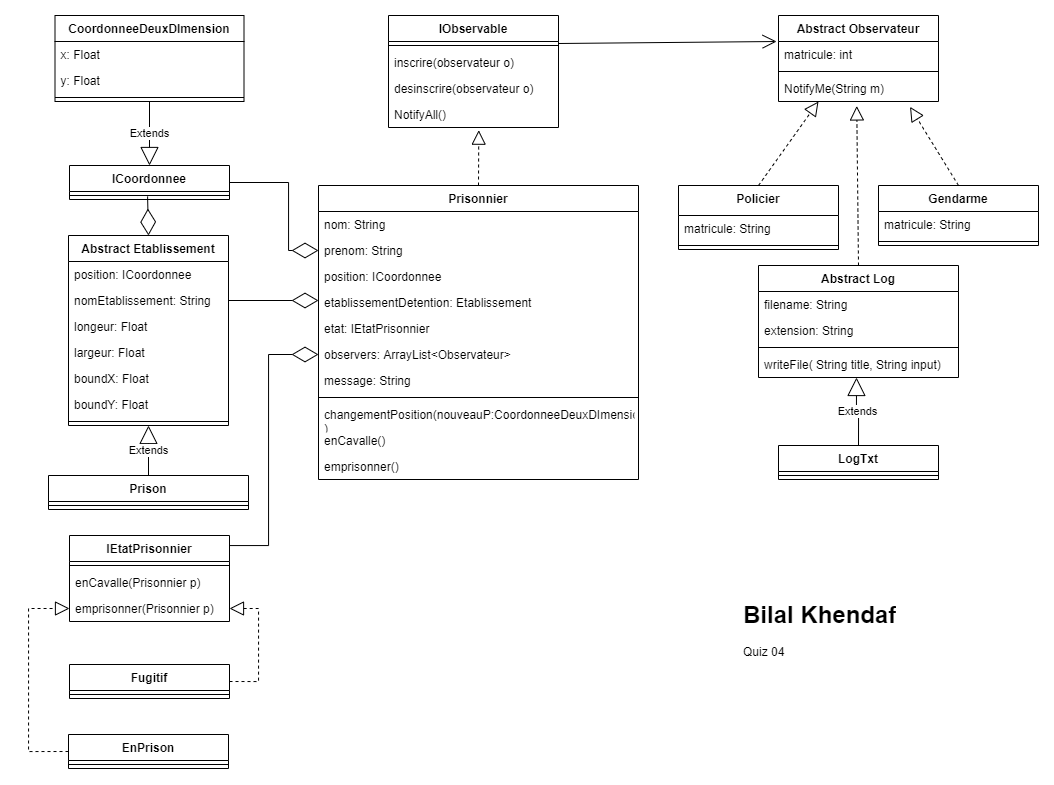
Earlier version of the draw.io export Quiz04BilalKhendaf.drawio.png (e1730934/System-Prison). Source tidied: cells renumbered, new cells last; positions are measured from the earlier drawing's top-left corner, leaving out a move shared by most shapes.
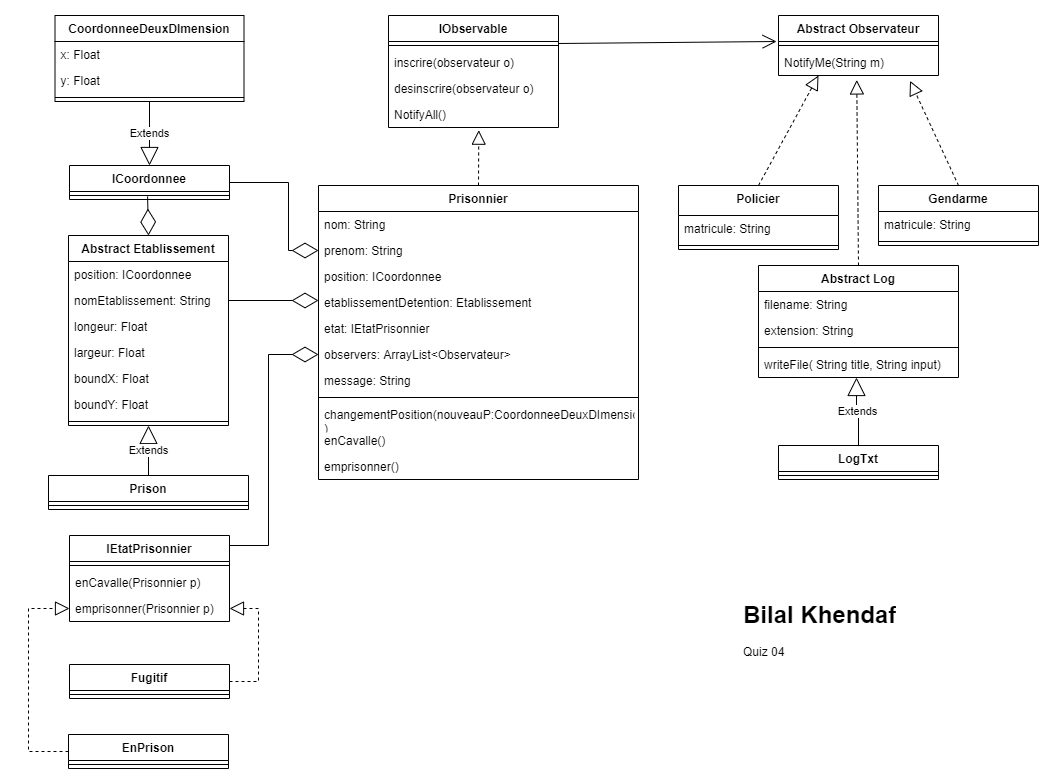
Later version of the same file.

Commit message:
Ajout du la position dans le log lorsque le prisonner est emprisonner. Correction du diagramme.

Change to the diagram source:
```diff
@@ -80,8 +80,10 @@
     <mxCell id="25" style="endArrow=block;dashed=1;endFill=0;endSize=12;html=1;rounded=0;exitX=0.5;exitY=0;exitDx=0;exitDy=0;entryX=0.822;entryY=1.205;entryDx=0;entryDy=0;entryPerimeter=0;" parent="1" edge="1" source="20" target="35">
       <mxGeometry relative="1" as="geometry" />
     </mxCell>
-    <mxCell id="26" style="endArrow=open;endFill=1;endSize=12;html=1;rounded=0;exitX=1;exitY=0.25;exitDx=0;exitDy=0;entryX=-0.012;entryY=0;entryDx=0;entryDy=0;entryPerimeter=0;" parent="1" edge="1" source="27" target="33">
-      <mxGeometry relative="1" as="geometry" />
+    <mxCell id="26" style="endArrow=open;endFill=1;endSize=12;html=1;rounded=0;exitX=1;exitY=0.25;exitDx=0;exitDy=0;entryX=-0.012;entryY=0;entryDx=0;entryDy=0;entryPerimeter=0;" parent="1" edge="1" source="27">
+      <mxGeometry relative="1" as="geometry">
+        <mxPoint x="748.1" y="26" as="targetPoint" />
+      </mxGeometry>
     </mxCell>
     <mxCell id="27" value="IObservable" style="swimlane;fontStyle=1;align=center;verticalAlign=top;horizontal=1;startSize=26;" parent="1" vertex="1">
       <mxGeometry x="360" width="170" height="112" as="geometry" />
@@ -99,16 +101,13 @@
       <mxGeometry y="86" width="170" height="26" as="geometry" />
     </mxCell>
     <mxCell id="32" value="Abstract Observateur" style="swimlane;fontStyle=1;align=center;verticalAlign=top;horizontal=1;startSize=26;" parent="1" vertex="1">
-      <mxGeometry x="750" width="160" height="86" as="geometry" />
+      <mxGeometry x="750" width="160" height="60" as="geometry" />
     </mxCell>
-    <mxCell id="33" value="matricule: int" style="text;strokeColor=none;fillColor=none;align=left;verticalAlign=top;spacingLeft=4;spacingRight=4;overflow=hidden;points=[[0,0.5],[1,0.5]];portConstraint=eastwest;" parent="32" vertex="1">
-      <mxGeometry y="26" width="160" height="26" as="geometry" />
-    </mxCell>
     <mxCell id="34" style="line;strokeWidth=1;fillColor=none;align=left;verticalAlign=middle;spacingTop=-1;spacingLeft=3;spacingRight=3;labelPosition=right;" parent="32" vertex="1">
-      <mxGeometry y="52" width="160" height="8" as="geometry" />
+      <mxGeometry y="26" width="160" height="8" as="geometry" />
     </mxCell>
     <mxCell id="35" value="NotifyMe(String m)" style="text;strokeColor=none;fillColor=none;align=left;verticalAlign=top;spacingLeft=4;spacingRight=4;overflow=hidden;points=[[0,0.5],[1,0.5]];portConstraint=eastwest;" parent="32" vertex="1">
-      <mxGeometry y="60" width="160" height="26" as="geometry" />
+      <mxGeometry y="34" width="160" height="26" as="geometry" />
     </mxCell>
     <mxCell id="36" value="IEtatPrisonnier" style="swimlane;fontStyle=1;align=center;verticalAlign=top;horizontal=1;startSize=26;" parent="1" vertex="1">
       <mxGeometry x="41" y="520" width="160" height="86" as="geometry" />
```
